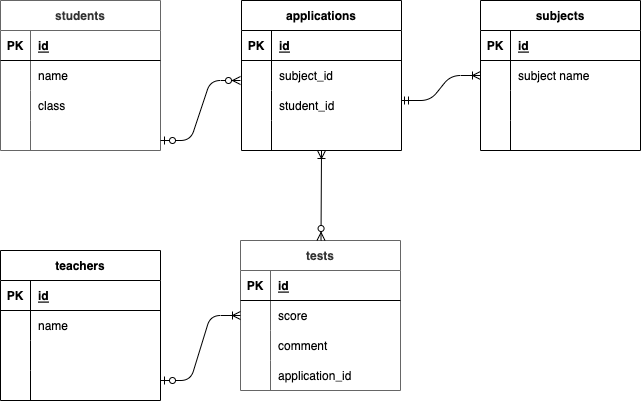
The draw.io diagram index.drawio.png in 1000sky/20220601majima, before a commit. Source tidied: cells renumbered, new cells last; positions are measured from the earlier drawing's top-left corner, leaving out a move shared by most shapes.
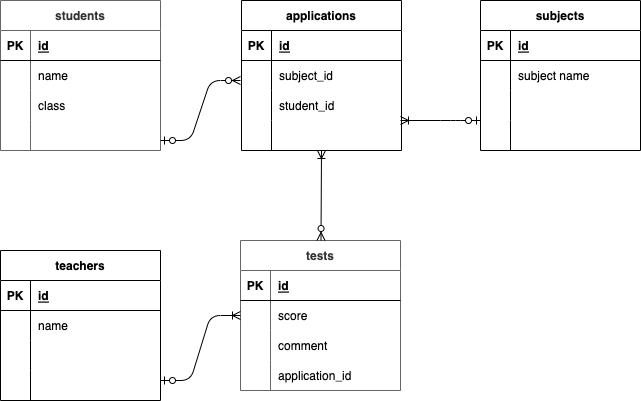
After the change.

The edit, as a diff of the source:
```diff
@@ -119,11 +119,6 @@
     <mxCell id="40" style="shape=partialRectangle;fillColor=none;top=0;left=0;bottom=0;right=0;align=left;spacingLeft=6;overflow=hidden;fontColor=#F0F0F0;" parent="38" vertex="1">
       <mxGeometry x="30" width="130" height="30" as="geometry" />
     </mxCell>
-    <mxCell id="41" style="edgeStyle=entityRelationEdgeStyle;fontSize=12;html=1;endArrow=ERoneToMany;startArrow=ERmandOne;fontColor=#F0F0F0;entryX=0;entryY=0.5;entryDx=0;entryDy=0;" parent="1" edge="1" target="19">
-      <mxGeometry relative="1" as="geometry">
-        <mxPoint x="400" y="100" as="sourcePoint" />
-      </mxGeometry>
-    </mxCell>
     <mxCell id="42" value="tests" style="shape=table;startSize=30;rowLines=0;fontStyle=1;align=center;labelBackgroundColor=none;swimlaneFillColor=default;fillColor=#FFFFFF;fontColor=#333333;strokeColor=#666666;" parent="1" vertex="1">
       <mxGeometry x="240" y="240" width="160" height="150" as="geometry" />
     </mxCell>
@@ -219,5 +214,15 @@
         <mxPoint x="321" y="150" as="targetPoint" />
       </mxGeometry>
     </mxCell>
+    <mxCell id="71" style="fontSize=12;html=1;endArrow=ERoneToMany;startArrow=ERzeroToOne;" parent="1" edge="1">
+      <mxGeometry relative="1" as="geometry">
+        <mxPoint x="480" y="120" as="sourcePoint" />
+        <mxPoint x="400" y="120" as="targetPoint" />
+        <Array as="points">
+          <mxPoint x="460" y="120" />
+          <mxPoint x="450" y="120" />
+        </Array>
+      </mxGeometry>
+    </mxCell>
   </root>
 </mxGraphModel>
```
